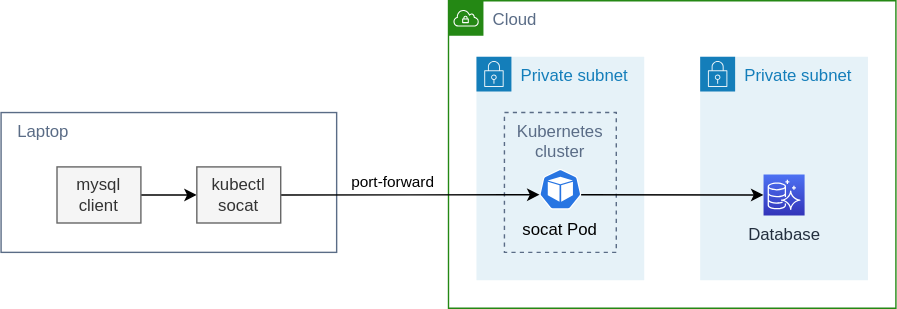
This is docs/kubectl-socat-diagram.svg from int128/kubectl-external-forward, a draw.io export, as it was before one commit. Source tidied: cells renumbered, new cells last; positions are measured from the earlier drawing's top-left corner, leaving out a move shared by most shapes. Its diagram source:
```xml
<mxGraphModel>
  <root>
    <mxCell id="0" />
    <mxCell id="1" parent="0" />
    <mxCell id="2" value="Cloud" style="gradientColor=none;html=1;whiteSpace=wrap;fontSize=12;fontStyle=0;shape=mxgraph.aws4.group;grIcon=mxgraph.aws4.group_vpc;strokeColor=#248814;fillColor=none;verticalAlign=top;align=left;spacingLeft=30;dashed=0;fontColor=#5A6C86;" parent="1" vertex="1">
      <mxGeometry x="320" width="320" height="220" as="geometry" />
    </mxCell>
    <mxCell id="3" value="Private subnet" style="gradientColor=none;html=1;whiteSpace=wrap;fontSize=12;fontStyle=0;shape=mxgraph.aws4.group;grIcon=mxgraph.aws4.group_security_group;grStroke=0;strokeColor=#147EBA;fillColor=#E6F2F8;verticalAlign=top;align=left;spacingLeft=30;fontColor=#147EBA;dashed=0;" parent="1" vertex="1">
      <mxGeometry x="340" y="40" width="120" height="160" as="geometry" />
    </mxCell>
    <mxCell id="4" value="Kubernetes&#10;cluster" style="fillColor=none;strokeColor=#5A6C86;dashed=1;verticalAlign=top;fontStyle=0;fontColor=#5A6C86;" parent="1" vertex="1">
      <mxGeometry x="360" y="80" width="80" height="100" as="geometry" />
    </mxCell>
    <mxCell id="5" value="socat Pod" style="dashed=0;whitespace=wrap;fillColor=#2875E2;strokeColor=#ffffff;points=[[0.005,0.63,0],[0.1,0.2,0],[0.9,0.2,0],[0.5,0,0],[0.995,0.63,0],[0.72,0.99,0],[0.5,1,0],[0.28,0.99,0]];shape=mxgraph.kubernetes.icon;prIcon=pod;verticalAlign=top;labelPosition=center;verticalLabelPosition=bottom;align=center;" parent="1" vertex="1">
      <mxGeometry x="385" y="119.9" width="30" height="30" as="geometry" />
    </mxCell>
    <mxCell id="6" value="Private subnet" style="gradientColor=none;html=1;whiteSpace=wrap;fontSize=12;fontStyle=0;shape=mxgraph.aws4.group;grIcon=mxgraph.aws4.group_security_group;grStroke=0;strokeColor=#147EBA;fillColor=#E6F2F8;verticalAlign=top;align=left;spacingLeft=30;fontColor=#147EBA;dashed=0;" parent="1" vertex="1">
      <mxGeometry x="500" y="40" width="120" height="160" as="geometry" />
    </mxCell>
    <mxCell id="7" value="Database" style="points=[[0,0,0],[0.25,0,0],[0.5,0,0],[0.75,0,0],[1,0,0],[0,1,0],[0.25,1,0],[0.5,1,0],[0.75,1,0],[1,1,0],[0,0.25,0],[0,0.5,0],[0,0.75,0],[1,0.25,0],[1,0.5,0],[1,0.75,0]];outlineConnect=0;fontColor=#232F3E;gradientColor=#4D72F3;gradientDirection=north;fillColor=#3334B9;strokeColor=#ffffff;dashed=0;verticalLabelPosition=bottom;verticalAlign=top;align=center;html=1;fontSize=12;fontStyle=0;shape=mxgraph.aws4.resourceIcon;resIcon=mxgraph.aws4.aurora;" parent="1" vertex="1">
      <mxGeometry x="545.3" y="124.2" width="29.4" height="29.4" as="geometry" />
    </mxCell>
    <mxCell id="8" style="endArrow=classic;entryX=0;entryY=0.5;entryDx=0;entryDy=0;entryPerimeter=0;labelBackgroundColor=none;noLabel=1;fontColor=none;exitX=0.995;exitY=0.63;exitDx=0;exitDy=0;exitPerimeter=0;" parent="1" edge="1" source="5" target="7">
      <mxGeometry relative="1" as="geometry" />
    </mxCell>
    <mxCell id="9" value="Laptop" style="fillColor=none;strokeColor=#5A6C86;verticalAlign=top;fontStyle=0;fontColor=#5A6C86;html=0;align=left;spacingLeft=10;" parent="1" vertex="1">
      <mxGeometry y="80" width="240" height="100" as="geometry" />
    </mxCell>
    <mxCell id="10" value="port-forward" style="edgeStyle=orthogonalEdgeStyle;rounded=0;jettySize=auto;html=1;labelBackgroundColor=none;exitX=1;exitY=0.5;exitDx=0;exitDy=0;entryX=0.005;entryY=0.63;entryDx=0;entryDy=0;entryPerimeter=0;labelPosition=center;verticalLabelPosition=top;align=center;verticalAlign=bottom;" parent="1" edge="1" source="13" target="5">
      <mxGeometry x="-0.14" relative="1" as="geometry" />
    </mxCell>
    <mxCell id="11" style="edgeStyle=orthogonalEdgeStyle;rounded=0;jettySize=auto;html=0;exitX=1;exitY=0.5;exitDx=0;exitDy=0;entryX=0;entryY=0.5;entryDx=0;entryDy=0;labelBackgroundColor=none;fontColor=none;" parent="1" edge="1" source="12" target="13">
      <mxGeometry relative="1" as="geometry" />
    </mxCell>
    <mxCell id="12" value="mysql client" style="rounded=0;whiteSpace=wrap;html=1;fontColor=#333333;align=center;fillColor=#f5f5f5;strokeColor=#666666;" parent="1" vertex="1">
      <mxGeometry x="40" y="118.9" width="60" height="40.1" as="geometry" />
    </mxCell>
    <mxCell id="13" value="kubectl socat" style="rounded=0;whiteSpace=wrap;html=1;fontColor=#333333;align=center;fillColor=#f5f5f5;strokeColor=#666666;" parent="1" vertex="1">
      <mxGeometry x="140" y="118.9" width="60" height="40.1" as="geometry" />
    </mxCell>
  </root>
</mxGraphModel>
```
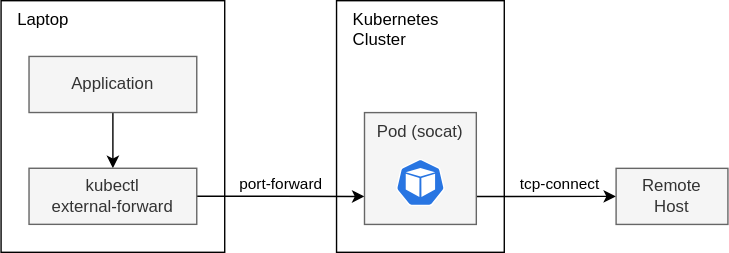
After the commit.

Diff of the diagram source:
```diff
@@ -2,41 +2,35 @@
   <root>
     <mxCell id="0" />
     <mxCell id="1" parent="0" />
-    <mxCell id="2" value="Cloud" style="gradientColor=none;html=1;whiteSpace=wrap;fontSize=12;fontStyle=0;shape=mxgraph.aws4.group;grIcon=mxgraph.aws4.group_vpc;strokeColor=#248814;fillColor=none;verticalAlign=top;align=left;spacingLeft=30;dashed=0;fontColor=#5A6C86;" parent="1" vertex="1">
-      <mxGeometry x="320" width="320" height="220" as="geometry" />
-    </mxCell>
-    <mxCell id="3" value="Private subnet" style="gradientColor=none;html=1;whiteSpace=wrap;fontSize=12;fontStyle=0;shape=mxgraph.aws4.group;grIcon=mxgraph.aws4.group_security_group;grStroke=0;strokeColor=#147EBA;fillColor=#E6F2F8;verticalAlign=top;align=left;spacingLeft=30;fontColor=#147EBA;dashed=0;" parent="1" vertex="1">
-      <mxGeometry x="340" y="40" width="120" height="160" as="geometry" />
-    </mxCell>
-    <mxCell id="4" value="Kubernetes&#10;cluster" style="fillColor=none;strokeColor=#5A6C86;dashed=1;verticalAlign=top;fontStyle=0;fontColor=#5A6C86;" parent="1" vertex="1">
-      <mxGeometry x="360" y="80" width="80" height="100" as="geometry" />
-    </mxCell>
-    <mxCell id="5" value="socat Pod" style="dashed=0;whitespace=wrap;fillColor=#2875E2;strokeColor=#ffffff;points=[[0.005,0.63,0],[0.1,0.2,0],[0.9,0.2,0],[0.5,0,0],[0.995,0.63,0],[0.72,0.99,0],[0.5,1,0],[0.28,0.99,0]];shape=mxgraph.kubernetes.icon;prIcon=pod;verticalAlign=top;labelPosition=center;verticalLabelPosition=bottom;align=center;" parent="1" vertex="1">
-      <mxGeometry x="385" y="119.9" width="30" height="30" as="geometry" />
-    </mxCell>
-    <mxCell id="6" value="Private subnet" style="gradientColor=none;html=1;whiteSpace=wrap;fontSize=12;fontStyle=0;shape=mxgraph.aws4.group;grIcon=mxgraph.aws4.group_security_group;grStroke=0;strokeColor=#147EBA;fillColor=#E6F2F8;verticalAlign=top;align=left;spacingLeft=30;fontColor=#147EBA;dashed=0;" parent="1" vertex="1">
-      <mxGeometry x="500" y="40" width="120" height="160" as="geometry" />
-    </mxCell>
-    <mxCell id="7" value="Database" style="points=[[0,0,0],[0.25,0,0],[0.5,0,0],[0.75,0,0],[1,0,0],[0,1,0],[0.25,1,0],[0.5,1,0],[0.75,1,0],[1,1,0],[0,0.25,0],[0,0.5,0],[0,0.75,0],[1,0.25,0],[1,0.5,0],[1,0.75,0]];outlineConnect=0;fontColor=#232F3E;gradientColor=#4D72F3;gradientDirection=north;fillColor=#3334B9;strokeColor=#ffffff;dashed=0;verticalLabelPosition=bottom;verticalAlign=top;align=center;html=1;fontSize=12;fontStyle=0;shape=mxgraph.aws4.resourceIcon;resIcon=mxgraph.aws4.aurora;" parent="1" vertex="1">
-      <mxGeometry x="545.3" y="124.2" width="29.4" height="29.4" as="geometry" />
-    </mxCell>
+    <mxCell id="14" value="Kubernetes&#10;Cluster" style="verticalAlign=top;fontStyle=0;html=0;align=left;spacingLeft=10;" parent="1" vertex="1">
+      <mxGeometry x="280" width="120" height="180" as="geometry" />
+    </mxCell>
-    <mxCell id="8" style="endArrow=classic;entryX=0;entryY=0.5;entryDx=0;entryDy=0;entryPerimeter=0;labelBackgroundColor=none;noLabel=1;fontColor=none;exitX=0.995;exitY=0.63;exitDx=0;exitDy=0;exitPerimeter=0;" parent="1" edge="1" source="5" target="7">
-      <mxGeometry relative="1" as="geometry" />
+    <mxCell id="8" value="tcp-connect" style="endArrow=classic;entryX=0;entryY=0.5;entryDx=0;entryDy=0;labelBackgroundColor=none;exitX=1;exitY=0.75;exitDx=0;exitDy=0;labelPosition=center;verticalLabelPosition=top;align=center;verticalAlign=bottom;" parent="1" edge="1" source="16" target="15">
+      <mxGeometry x="0.2" relative="1" as="geometry" />
     </mxCell>
-    <mxCell id="9" value="Laptop" style="fillColor=none;strokeColor=#5A6C86;verticalAlign=top;fontStyle=0;fontColor=#5A6C86;html=0;align=left;spacingLeft=10;" parent="1" vertex="1">
-      <mxGeometry y="80" width="240" height="100" as="geometry" />
+    <mxCell id="9" value="Laptop" style="verticalAlign=top;fontStyle=0;html=0;align=left;spacingLeft=10;" parent="1" vertex="1">
+      <mxGeometry x="40" width="160" height="180" as="geometry" />
     </mxCell>
-    <mxCell id="10" value="port-forward" style="edgeStyle=orthogonalEdgeStyle;rounded=0;jettySize=auto;html=1;labelBackgroundColor=none;exitX=1;exitY=0.5;exitDx=0;exitDy=0;entryX=0.005;entryY=0.63;entryDx=0;entryDy=0;entryPerimeter=0;labelPosition=center;verticalLabelPosition=top;align=center;verticalAlign=bottom;" parent="1" edge="1" source="13" target="5">
-      <mxGeometry x="-0.14" relative="1" as="geometry" />
+    <mxCell id="10" value="port-forward" style="edgeStyle=orthogonalEdgeStyle;rounded=0;jettySize=auto;html=1;labelBackgroundColor=none;exitX=1;exitY=0.5;exitDx=0;exitDy=0;labelPosition=center;verticalLabelPosition=top;align=center;verticalAlign=bottom;entryX=0;entryY=0.75;entryDx=0;entryDy=0;" parent="1" edge="1" source="13" target="16">
+      <mxGeometry relative="1" as="geometry" />
     </mxCell>
-    <mxCell id="11" style="edgeStyle=orthogonalEdgeStyle;rounded=0;jettySize=auto;html=0;exitX=1;exitY=0.5;exitDx=0;exitDy=0;entryX=0;entryY=0.5;entryDx=0;entryDy=0;labelBackgroundColor=none;fontColor=none;" parent="1" edge="1" source="12" target="13">
+    <mxCell id="11" style="edgeStyle=orthogonalEdgeStyle;rounded=0;jettySize=auto;html=0;exitX=0.5;exitY=1;exitDx=0;exitDy=0;entryX=0.5;entryY=0;entryDx=0;entryDy=0;labelBackgroundColor=none;fontColor=none;" parent="1" edge="1" source="12" target="13">
       <mxGeometry relative="1" as="geometry" />
     </mxCell>
-    <mxCell id="12" value="mysql client" style="rounded=0;whiteSpace=wrap;html=1;fontColor=#333333;align=center;fillColor=#f5f5f5;strokeColor=#666666;" parent="1" vertex="1">
-      <mxGeometry x="40" y="118.9" width="60" height="40.1" as="geometry" />
+    <mxCell id="12" value="Application" style="rounded=0;whiteSpace=wrap;html=1;fontColor=#333333;align=center;fillColor=#f5f5f5;strokeColor=#666666;" parent="1" vertex="1">
+      <mxGeometry x="60" y="39.9" width="120" height="40.1" as="geometry" />
     </mxCell>
-    <mxCell id="13" value="kubectl socat" style="rounded=0;whiteSpace=wrap;html=1;fontColor=#333333;align=center;fillColor=#f5f5f5;strokeColor=#666666;" parent="1" vertex="1">
-      <mxGeometry x="140" y="118.9" width="60" height="40.1" as="geometry" />
+    <mxCell id="13" value="kubectl&lt;br&gt;external-forward" style="rounded=0;whiteSpace=wrap;html=1;fontColor=#333333;align=center;fillColor=#f5f5f5;strokeColor=#666666;" parent="1" vertex="1">
+      <mxGeometry x="60" y="119.9" width="120" height="40.1" as="geometry" />
     </mxCell>
+    <mxCell id="15" value="Remote&lt;br&gt;Host" style="rounded=0;whiteSpace=wrap;html=1;fontColor=#333333;align=center;fillColor=#f5f5f5;strokeColor=#666666;" parent="1" vertex="1">
+      <mxGeometry x="480" y="119.9" width="80" height="40.1" as="geometry" />
+    </mxCell>
+    <mxCell id="16" value="Pod (socat)" style="rounded=0;whiteSpace=wrap;html=1;fontColor=#333333;align=center;fillColor=#f5f5f5;strokeColor=#666666;verticalAlign=top;" parent="1" vertex="1">
+      <mxGeometry x="300" y="80.1" width="80" height="80" as="geometry" />
+    </mxCell>
+    <mxCell id="5" style="dashed=0;whitespace=wrap;fillColor=#2875E2;strokeColor=#ffffff;points=[[0.005,0.63,0],[0.1,0.2,0],[0.9,0.2,0],[0.5,0,0],[0.995,0.63,0],[0.72,0.99,0],[0.5,1,0],[0.28,0.99,0]];shape=mxgraph.kubernetes.icon;prIcon=pod;verticalAlign=top;labelPosition=center;verticalLabelPosition=bottom;align=center;" parent="1" vertex="1">
+      <mxGeometry x="322.5" y="110" width="35" height="40.1" as="geometry" />
+    </mxCell>
   </root>
 </mxGraphModel>
```
